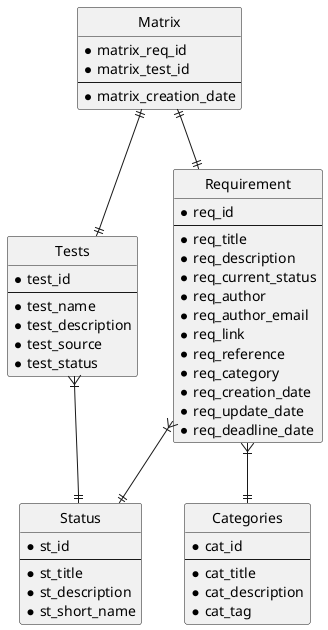
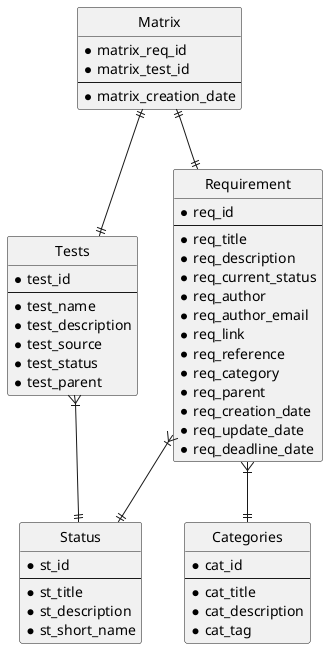
- @startuml
+ @startuml ER diagram

hide circle

entity "Requirement" as req {
* req_id
---
* req_title
* req_description
* req_current_status
* req_author
* req_author_email
* req_link
* req_reference
* req_category
+ * req_parent
* req_creation_date
* req_update_date
* req_deadline_date
}

entity "Status" as st {
* st_id
---
* st_title
* st_description
* st_short_name
}

entity "Categories" as cat {
* cat_id
---
* cat_title
* cat_description
* cat_tag
}

entity "Tests" as test {
* test_id
---
* test_name
* test_description
* test_source
* test_status
+ * test_parent
}

entity "Matrix" as matrix {
* matrix_req_id
* matrix_test_id
---
* matrix_creation_date
}

req  }|--|| st
req  }|--|| cat
test   }|--|| st
matrix ||--|| req
matrix ||--|| test

@enduml
